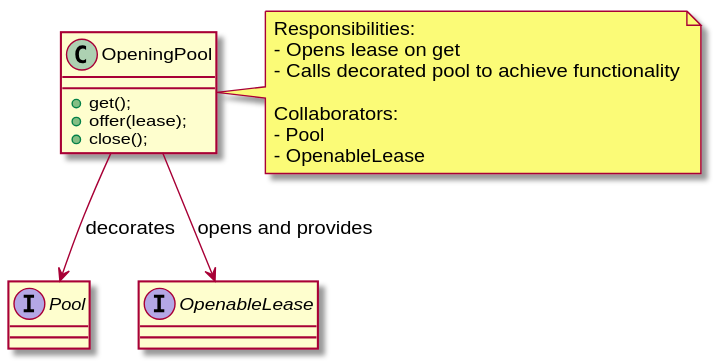
Before: docs/main/doxygen/inline_umlgraph_9.svg, a diagram exported from PlantUML (teragrep/buf_01).
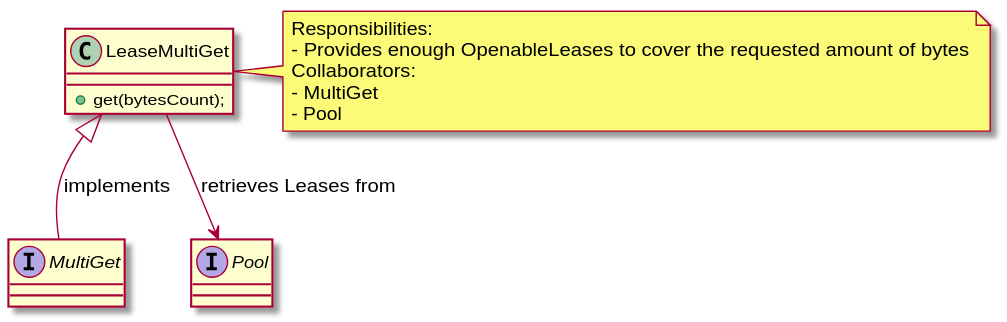
Later version of the same file.

What changed in the source:
```diff
@@ -1,22 +1,16 @@
 @startuml inline_umlgraph_9.svg
+interface MultiGet
 interface Pool
-interface OpenableLease
-class OpeningPool {
-+ get();
-+ offer(lease);
-+ close();
+class LeaseMultiGet {
++ get(bytesCount);
 }
-
-OpeningPool --> OpenableLease : opens and provides
-OpeningPool --> Pool : decorates
-
-note right of OpeningPool
+LeaseMultiGet <|-- MultiGet : implements
+LeaseMultiGet --> Pool : retrieves Leases from
+note right of LeaseMultiGet
 Responsibilities:
-- Opens lease on get
-- Calls decorated pool to achieve functionality
-
+- Provides enough OpenableLeases to cover the requested amount of bytes
 Collaborators:
+- MultiGet
 - Pool
-- OpenableLease
 end note
 @enduml
```
